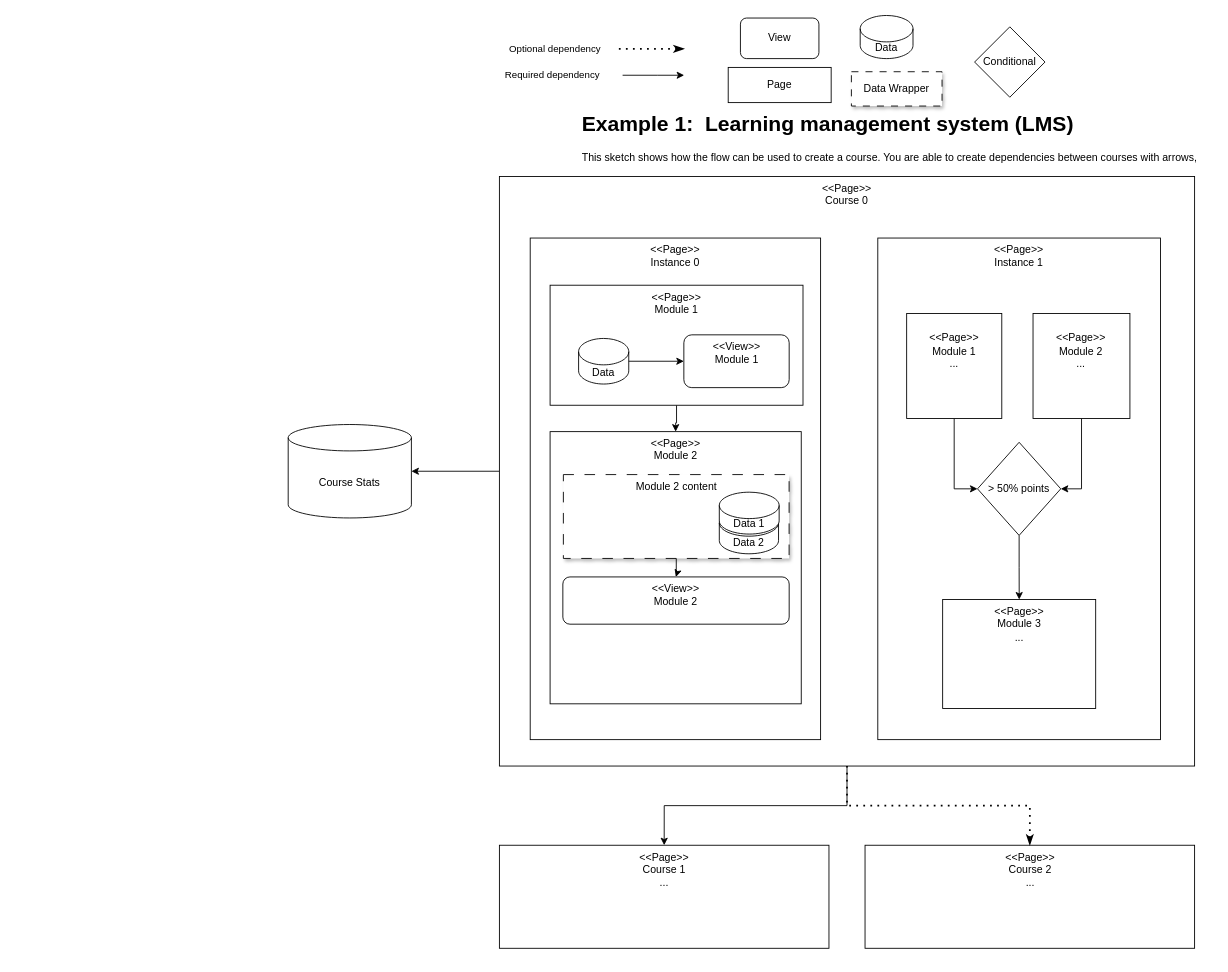
Before: public/Untitled Diagram.drawio in Jalez/agentic-content-flow, a draw.io diagram. Source tidied: cells renumbered, new cells numbered last; positions are measured from the earlier drawing's top-left corner, leaving out a move shared by most shapes. Both pictures are drawn from the tidied source at 88%, with x=0, y=0 at pixel (288, 15).
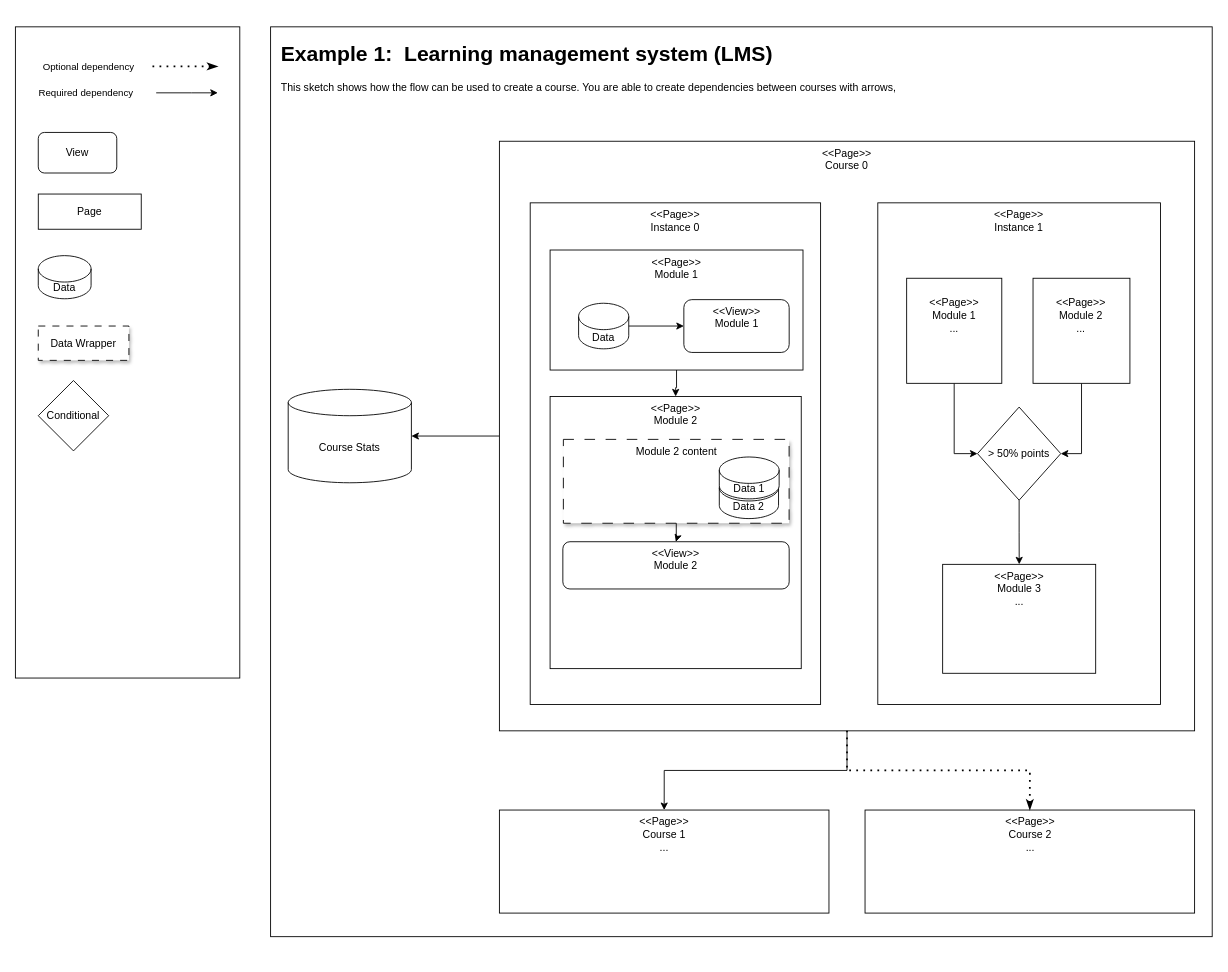
The same diagram, later.

Commit message:
improve readability, separate concerns.

The change refers to these unchanged cells:
```xml
<mxCell id="11" value="&lt;div&gt;&amp;lt;&amp;lt;Page&amp;gt;&amp;gt;&lt;/div&gt;&lt;div&gt;Course 0&lt;/div&gt;" style="rounded=0;whiteSpace=wrap;html=1;verticalAlign=top;" parent="9" vertex="1">
  <mxGeometry width="790" height="670" as="geometry" />
</mxCell>
```

Diff of the diagram source:
```diff
@@
+    <mxCell id="44" style="group;" parent="1" vertex="1">
+      <mxGeometry x="-20" y="13" width="1070" height="1033.9" as="geometry" />
+    </mxCell>
+    <mxCell id="45" style="rounded=0;whiteSpace=wrap;html=1;" parent="44" vertex="1">
+      <mxGeometry width="1070" height="1033.9" as="geometry" />
+    </mxCell>
-    <mxCell id="2" value="&lt;h1 style=&quot;margin-top: 0px;&quot;&gt;Example 1:&amp;nbsp; Learning management system (LMS) &lt;br&gt;&lt;/h1&gt;&lt;p&gt;This sketch shows how the flow can be used to create a course. You are able to create dependencies between courses with arrows, &lt;br&gt;&lt;/p&gt;" style="text;html=1;whiteSpace=wrap;overflow=hidden;rounded=0;" parent="1" vertex="1">
-      <mxGeometry x="332" y="103" width="710" height="100" as="geometry" />
+    <mxCell id="2" value="&lt;h1 style=&quot;margin-top: 0px;&quot;&gt;Example 1:&amp;nbsp; Learning management system (LMS) &lt;br&gt;&lt;/h1&gt;&lt;p&gt;This sketch shows how the flow can be used to create a course. You are able to create dependencies between courses with arrows, &lt;br&gt;&lt;/p&gt;" style="text;html=1;whiteSpace=wrap;overflow=hidden;rounded=0;" parent="44" vertex="1">
+      <mxGeometry x="10" y="10" width="710" height="100" as="geometry" />
     </mxCell>
-    <mxCell id="3" value="Page" style="rounded=0;whiteSpace=wrap;html=1;" parent="1" vertex="1">
-      <mxGeometry x="500" y="59.1" width="117" height="40" as="geometry" />
-    </mxCell>
-    <mxCell id="4" value="Data Wrapper" style="rounded=0;whiteSpace=wrap;html=1;verticalAlign=middle;shadow=1;dashed=1;dashPattern=8 8;" parent="1" vertex="1">
-      <mxGeometry x="640" y="64" width="103" height="39" as="geometry" />
-    </mxCell>
-    <mxCell id="5" value="Data" style="shape=cylinder3;whiteSpace=wrap;html=1;boundedLbl=1;backgroundOutline=1;size=15;" parent="1" vertex="1">
-      <mxGeometry x="650" y="0.1" width="60" height="49" as="geometry" />
-    </mxCell>
-    <mxCell id="6" value="View" style="rounded=1;whiteSpace=wrap;html=1;" parent="1" vertex="1">
-      <mxGeometry x="513.9" y="3" width="89.2" height="46.1" as="geometry" />
-    </mxCell>
-    <mxCell id="7" value="Course Stats" style="shape=cylinder3;whiteSpace=wrap;html=1;boundedLbl=1;backgroundOutline=1;size=15;" parent="1" vertex="1">
-      <mxGeometry y="464.9" width="140" height="106.2" as="geometry" />
+    <mxCell id="7" value="Course Stats" style="shape=cylinder3;whiteSpace=wrap;html=1;boundedLbl=1;backgroundOutline=1;size=15;" parent="44" vertex="1">
+      <mxGeometry x="20" y="411.9" width="140" height="106.2" as="geometry" />
     </mxCell>
-    <mxCell id="8" style="edgeStyle=orthogonalEdgeStyle;rounded=0;jettySize=auto;html=1;entryX=1;entryY=0.5;entryDx=0;entryDy=0;entryPerimeter=0;" parent="1" edge="1" source="11" target="7">
+    <mxCell id="8" style="edgeStyle=orthogonalEdgeStyle;rounded=0;jettySize=auto;html=1;entryX=1;entryY=0.5;entryDx=0;entryDy=0;entryPerimeter=0;" parent="44" edge="1" source="11" target="7">
       <mxGeometry relative="1" as="geometry" />
     </mxCell>
-    <mxCell id="9" style="group;" parent="1" vertex="1">
-      <mxGeometry x="240" y="183" width="790" height="887.1" as="geometry" />
+    <mxCell id="9" style="group;" parent="44" vertex="1">
+      <mxGeometry x="260" y="130" width="790" height="887.1" as="geometry" />
     </mxCell>
@@
+    <mxCell id="46" style="group;" parent="1" vertex="1">
+      <mxGeometry x="-310" y="13" width="255" height="740" as="geometry" />
+    </mxCell>
+    <mxCell id="47" style="rounded=0;whiteSpace=wrap;html=1;" parent="46" vertex="1">
+      <mxGeometry width="255" height="740" as="geometry" />
+    </mxCell>
+    <mxCell id="3" value="Page" style="rounded=0;whiteSpace=wrap;html=1;" parent="46" vertex="1">
+      <mxGeometry x="26" y="190" width="117" height="40" as="geometry" />
+    </mxCell>
+    <mxCell id="4" value="Data Wrapper" style="rounded=0;whiteSpace=wrap;html=1;verticalAlign=middle;shadow=1;dashed=1;dashPattern=8 8;" parent="46" vertex="1">
+      <mxGeometry x="26" y="340" width="103" height="39" as="geometry" />
+    </mxCell>
+    <mxCell id="5" value="Data" style="shape=cylinder3;whiteSpace=wrap;html=1;boundedLbl=1;backgroundOutline=1;size=15;" parent="46" vertex="1">
+      <mxGeometry x="26" y="260" width="60" height="49" as="geometry" />
+    </mxCell>
+    <mxCell id="6" value="View" style="rounded=1;whiteSpace=wrap;html=1;" parent="46" vertex="1">
+      <mxGeometry x="26" y="120" width="89.2" height="46.1" as="geometry" />
+    </mxCell>
-    <mxCell id="40" value="Conditional" style="rhombus;whiteSpace=wrap;html=1;" parent="1" vertex="1">
-      <mxGeometry x="780" y="13" width="80" height="80" as="geometry" />
+    <mxCell id="40" value="Conditional" style="rhombus;whiteSpace=wrap;html=1;" parent="46" vertex="1">
+      <mxGeometry x="26" y="401.9" width="80" height="80" as="geometry" />
     </mxCell>
-    <mxCell id="41" style="group;" parent="1" vertex="1">
-      <mxGeometry x="370" y="38" width="80" height="30" as="geometry" />
+    <mxCell id="41" style="group;" parent="46" vertex="1">
+      <mxGeometry x="150" y="45" width="80" height="30" as="geometry" />
     </mxCell>
```
